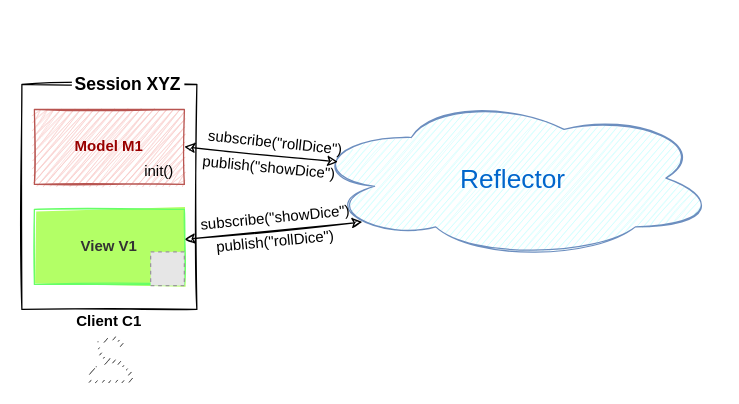
Earlier version of the draw.io diagram page "Page-1" (1 of 5) of demos/swd21/croquet/presentation/draw-sketch/user-session-start.drawio (LivelyKernel/lively4-core). Source tidied: cells renumbered, new cells numbered last; positions are measured from the earlier drawing's top-left corner, leaving out a move shared by most shapes. Both pictures are drawn from the tidied source at 125%, with x=0, y=0 at pixel (21, 71). Pictures stored in the file or linked from it are replaced by grey dashed boxes.
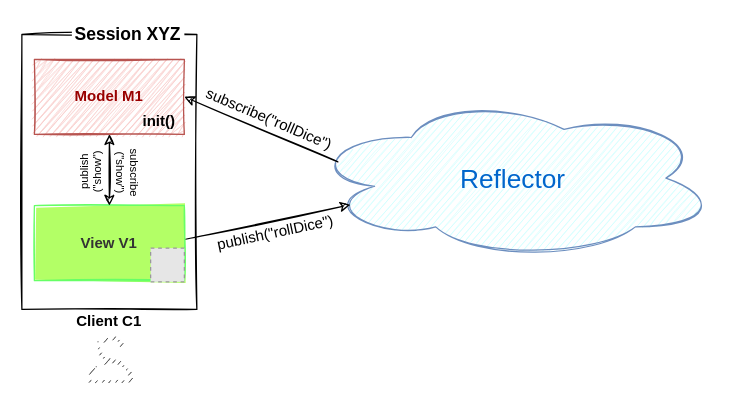
After the change.

Diff of the diagram source:
```diff
@@
 <mxGraphModel background="#ffffff">
   <root>
     <mxCell id="0" />
     <mxCell id="1" parent="0" />
     <mxCell id="2" style="whiteSpace=wrap;html=1;fillColor=none;sketch=1;" parent="1" vertex="1">
-      <mxGeometry y="10" width="140" height="180" as="geometry" />
+      <mxGeometry y="-30" width="140" height="220" as="geometry" />
     </mxCell>
     <mxCell id="3" value="Model M1" style="whiteSpace=wrap;html=1;fillColor=#f8cecc;strokeColor=#b85450;fillStyle=zigzag;fontColor=#990000;fontStyle=1;sketch=1;" parent="1" vertex="1">
-      <mxGeometry x="10" y="30" width="120" height="60" as="geometry" />
+      <mxGeometry x="10" y="-10" width="120" height="60" as="geometry" />
     </mxCell>
     <mxCell id="4" value="Client C1" style="text;html=1;strokeColor=none;fillColor=none;align=center;verticalAlign=middle;whiteSpace=wrap;fontStyle=1;sketch=1;" parent="1" vertex="1">
       <mxGeometry x="35" y="190" width="70" height="20" as="geometry" />
     </mxCell>
     <mxCell id="5" value="Session XYZ" style="text;html=1;align=center;verticalAlign=middle;whiteSpace=wrap;fontSize=14;fillColor=#ffffff;fontStyle=1;sketch=0;" parent="1" vertex="1">
-      <mxGeometry x="40" width="90" height="20" as="geometry" />
+      <mxGeometry x="40" y="-40" width="90" height="20" as="geometry" />
     </mxCell>
     <mxCell id="6" style="dashed=0;verticalLabelPosition=bottom;verticalAlign=top;align=center;html=1;fontSize=12;fontStyle=0;shape=mxgraph.aws4.user;fillColor=#333333;strokeWidth=1;sketch=1;" parent="1" vertex="1">
       <mxGeometry x="51" y="210" width="38" height="38" as="geometry" />
     </mxCell>
     <mxCell id="7" value="Reflector" style="ellipse;shape=cloud;whiteSpace=wrap;html=1;fontSize=21;strokeColor=#6c8ebf;fillColor=#CCFFFF;fontColor=#0066CC;sketch=1;" parent="1" vertex="1">
       <mxGeometry x="230" y="20" width="326" height="130" as="geometry" />
     </mxCell>
-    <mxCell id="8" style="orthogonalLoop=1;jettySize=auto;html=1;entryX=0.13;entryY=0.77;entryDx=0;entryDy=0;entryPerimeter=0;fontColor=#990000;startArrow=classic;startFill=1;sketch=1;" parent="1" edge="1">
+    <mxCell id="8" style="jettySize=auto;html=1;entryX=0.101;entryY=0.664;entryDx=0;entryDy=0;entryPerimeter=0;fontColor=#990000;startArrow=none;startFill=0;sketch=1;" parent="1" edge="1" target="7">
       <mxGeometry relative="1" as="geometry">
         <mxPoint x="130" y="134.1" as="sourcePoint" />
-        <mxPoint x="272.4" y="120.1" as="targetPoint" />
       </mxGeometry>
     </mxCell>
-    <mxCell id="9" style="edgeStyle=none;orthogonalLoop=1;jettySize=auto;html=1;entryX=1;entryY=0.5;entryDx=0;entryDy=0;fontSize=12;fontColor=#000000;exitX=0.07;exitY=0.4;exitDx=0;exitDy=0;exitPerimeter=0;startArrow=classic;startFill=1;sketch=1;" parent="1" edge="1">
+    <mxCell id="9" style="edgeStyle=none;jettySize=auto;html=1;entryX=1;entryY=0.5;entryDx=0;entryDy=0;fontSize=12;fontColor=#000000;exitX=0.07;exitY=0.4;exitDx=0;exitDy=0;exitPerimeter=0;startArrow=none;startFill=0;sketch=1;" parent="1" edge="1" target="3">
       <mxGeometry relative="1" as="geometry">
         <mxPoint x="252.8" y="72" as="sourcePoint" />
-        <mxPoint x="130" y="60" as="targetPoint" />
       </mxGeometry>
     </mxCell>
-    <mxCell id="10" value="publish(&quot;rollDice&quot;)" style="text;html=1;strokeColor=none;fillColor=none;align=center;verticalAlign=middle;whiteSpace=wrap;fontSize=12;rotation=354.5;sketch=1;" parent="1" vertex="1">
-      <mxGeometry x="150" y="126" width="106" height="20" as="geometry" />
+    <mxCell id="10" value="publish(&quot;rollDice&quot;)" style="text;html=1;strokeColor=none;fillColor=none;align=center;verticalAlign=middle;whiteSpace=wrap;fontSize=12;rotation=348;sketch=1;" parent="1" vertex="1">
+      <mxGeometry x="150" y="119" width="106" height="20" as="geometry" />
     </mxCell>
-    <mxCell id="11" value="subscribe(&quot;rollDice&quot;)" style="text;html=1;strokeColor=none;fillColor=none;align=center;verticalAlign=middle;whiteSpace=wrap;fontSize=12;rotation=6;sketch=1;" parent="1" vertex="1">
-      <mxGeometry x="150" y="47" width="106" height="20" as="geometry" />
+    <mxCell id="11" value="subscribe(&quot;rollDice&quot;)" style="text;html=1;strokeColor=none;fillColor=none;align=center;verticalAlign=middle;whiteSpace=wrap;fontSize=12;rotation=23;sketch=1;" parent="1" vertex="1">
+      <mxGeometry x="145" y="28" width="106" height="20" as="geometry" />
     </mxCell>
-    <mxCell id="12" value="subscribe(&quot;showDice&quot;)" style="text;html=1;strokeColor=none;fillColor=none;align=center;verticalAlign=middle;whiteSpace=wrap;fontSize=12;rotation=354.5;sketch=1;" parent="1" vertex="1">
-      <mxGeometry x="150" y="107" width="106" height="20" as="geometry" />
-    </mxCell>
-    <mxCell id="13" value="publish(&quot;showDice&quot;)" style="text;html=1;strokeColor=none;fillColor=none;align=center;verticalAlign=middle;whiteSpace=wrap;fontSize=12;rotation=5.5;sketch=1;" parent="1" vertex="1">
-      <mxGeometry x="145" y="67" width="106" height="20" as="geometry" />
-    </mxCell>
     <mxCell id="14" value="View V1" style="whiteSpace=wrap;html=1;fontColor=#333333;fillStyle=solid;fontStyle=1;fillColor=#B3FF66;strokeColor=#66FF66;sketch=1;" parent="1" vertex="1">
-      <mxGeometry x="10" y="110" width="120" height="60" as="geometry" />
+      <mxGeometry x="10" y="107" width="120" height="60" as="geometry" />
     </mxCell>
     <mxCell id="15" style="fillColor=#E6E6E6;strokeColor=#999999;dashed=1;verticalLabelPosition=bottom;labelBackgroundColor=#ffffff;verticalAlign=top;" parent="1" vertex="1">
-      <mxGeometry x="103" y="144" width="27" height="27" as="geometry" />
+      <mxGeometry x="103" y="141" width="27" height="27" as="geometry" />
     </mxCell>
-    <mxCell id="16" value="init()" style="text;html=1;strokeColor=none;fillColor=none;align=center;verticalAlign=middle;whiteSpace=wrap;rounded=0;sketch=1;fontSize=12;fontColor=#000000;" parent="1" vertex="1">
-      <mxGeometry x="90" y="70" width="40" height="20" as="geometry" />
+    <mxCell id="16" value="init()" style="text;html=1;strokeColor=none;fillColor=none;align=center;verticalAlign=middle;whiteSpace=wrap;rounded=0;sketch=1;fontSize=12;fontColor=#000000;fontStyle=1;" parent="1" vertex="1">
+      <mxGeometry x="90" y="30" width="40" height="20" as="geometry" />
     </mxCell>
+    <mxCell id="17" style="jettySize=auto;html=1;fontColor=#990000;startArrow=classic;startFill=1;sketch=1;entryX=0.5;entryY=1;entryDx=0;entryDy=0;exitX=0.5;exitY=0;exitDx=0;exitDy=0;" parent="1" edge="1" source="14" target="3">
+      <mxGeometry relative="1" as="geometry" />
+    </mxCell>
+    <mxCell id="13" value="publish&lt;br&gt;(&quot;show&quot;)" style="text;html=1;strokeColor=none;fillColor=none;align=center;verticalAlign=middle;whiteSpace=wrap;fontSize=9;rotation=-90;sketch=1;" parent="1" vertex="1">
+      <mxGeometry x="35" y="70" width="40" height="20" as="geometry" />
+    </mxCell>
+    <mxCell id="12" value="subscribe&lt;br&gt;(&quot;show&quot;)" style="text;html=1;strokeColor=none;fillColor=none;align=center;verticalAlign=middle;whiteSpace=wrap;fontSize=9;rotation=90;sketch=1;" parent="1" vertex="1">
+      <mxGeometry x="60" y="70" width="50" height="22" as="geometry" />
+    </mxCell>
   </root>
 </mxGraphModel>
```
